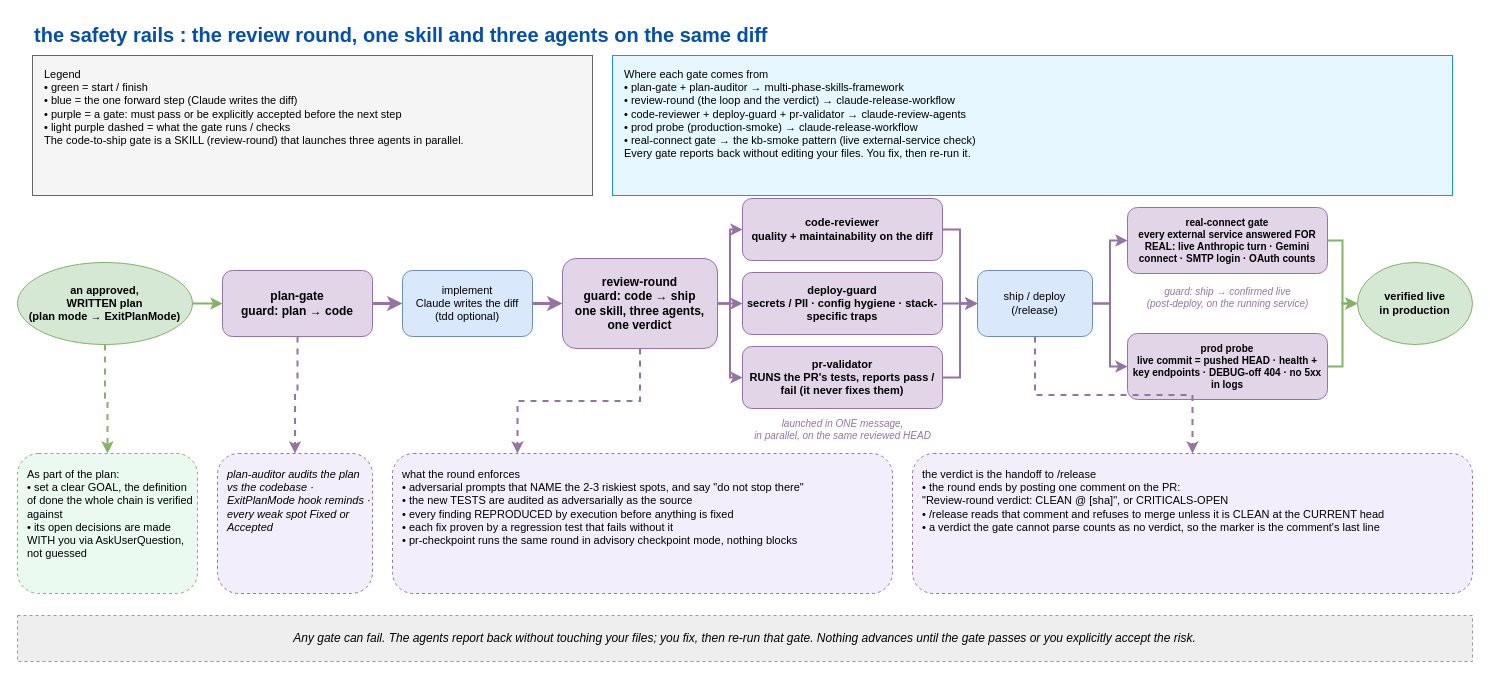
The draw.io diagram docs/safety-rails-review-round.drawio in eranw2000/multi-phase-skills-framework, before the edit. Source tidied: cells renumbered, new cells numbered last; positions are measured from the earlier drawing's top-left corner, leaving out a move shared by most shapes. Both pictures are drawn from the tidied source at 100%, with x=0, y=0 at pixel (17, 17).
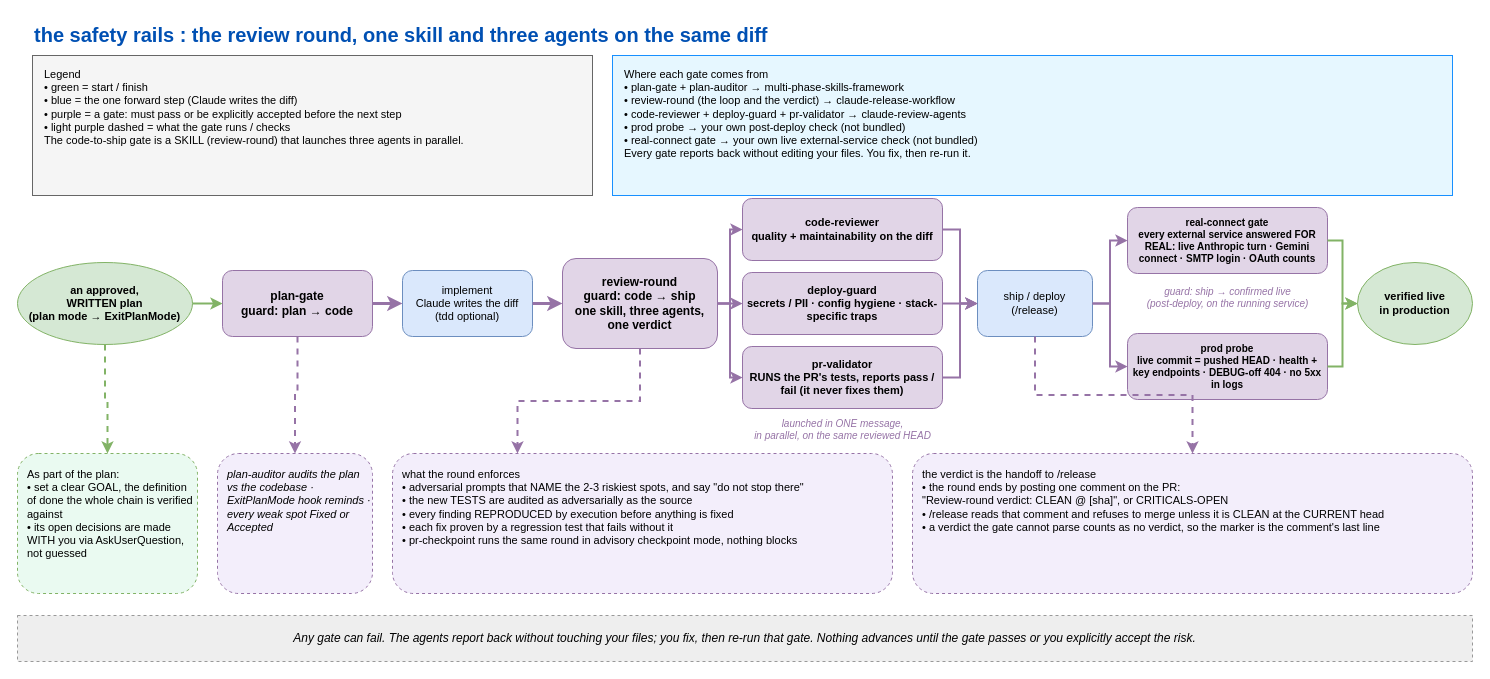
The same diagram, later.

Change to the diagram source:
```diff
@@
-    <mxCell id="4" value="Where each gate comes from&#10;• plan-gate + plan-auditor  →  multi-phase-skills-framework&#10;• review-round (the loop and the verdict)  →  claude-release-workflow&#10;• code-reviewer + deploy-guard + pr-validator  →  claude-review-agents&#10;• prod probe (production-smoke)  →  claude-release-workflow&#10;• real-connect gate  →  the kb-smoke pattern (live external-service check)&#10;Every gate reports back without editing your files. You fix, then re-run it." style="rounded=0;fillColor=#e6f7ff;strokeColor=#1890ff;fontStyle=0;verticalAlign=top;align=left;spacingLeft=10;spacingTop=6;whiteSpace=wrap;html=1;fontFamily=Helvetica;fontSize=11;" parent="1" vertex="1">
+    <mxCell id="4" value="Where each gate comes from&#10;• plan-gate + plan-auditor  →  multi-phase-skills-framework&#10;• review-round (the loop and the verdict)  →  claude-release-workflow&#10;• code-reviewer + deploy-guard + pr-validator  →  claude-review-agents&#10;• prod probe  →  your own post-deploy check (not bundled)&#10;• real-connect gate  →  your own live external-service check (not bundled)&#10;Every gate reports back without editing your files. You fix, then re-run it." style="rounded=0;fillColor=#e6f7ff;strokeColor=#1890ff;fontStyle=0;verticalAlign=top;align=left;spacingLeft=10;spacingTop=6;whiteSpace=wrap;html=1;fontFamily=Helvetica;fontSize=11;" parent="1" vertex="1">
       <mxGeometry x="595" y="38" width="840" height="140" as="geometry" />
     </mxCell>
```
